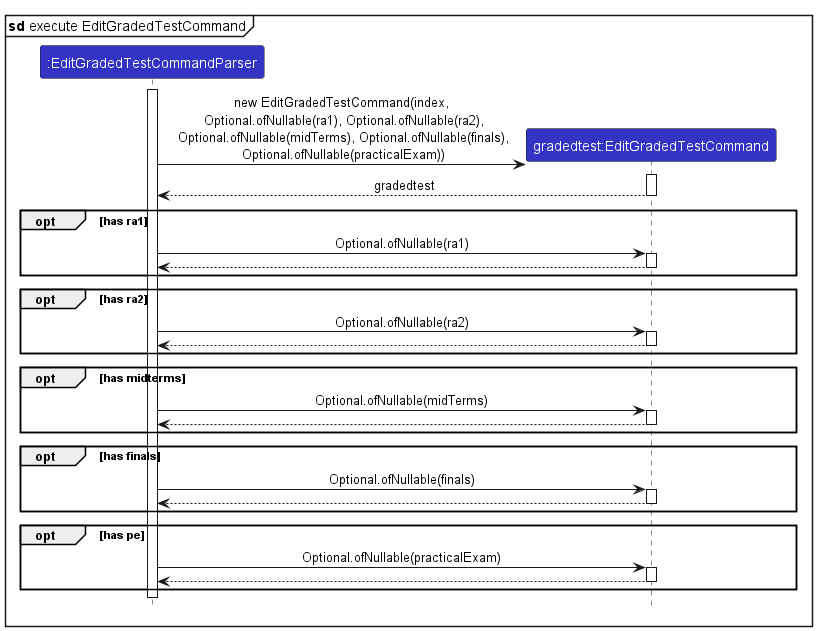
This is docs/images/EditGradedTestSequenceDiagram.png from raydenlim/tp, a PlantUML export, as it was before one commit.
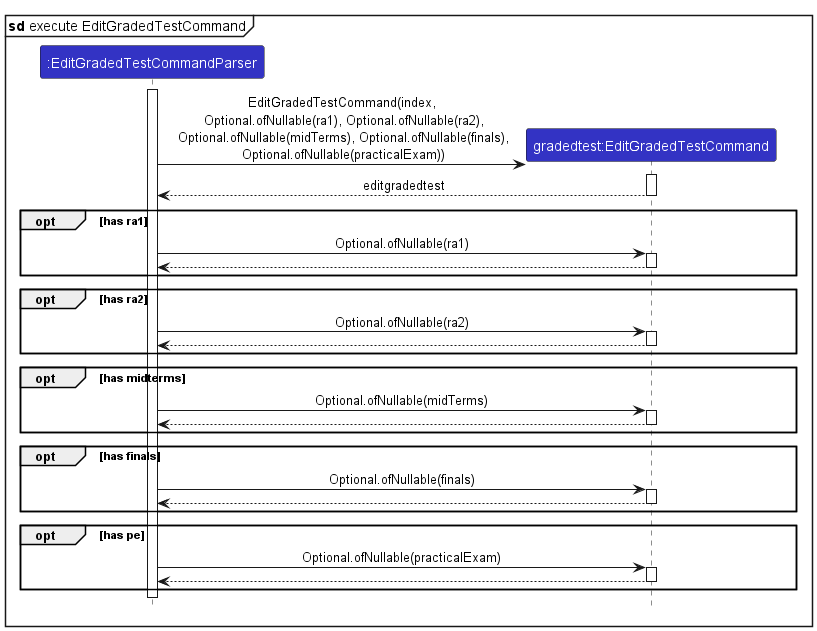
After the change.

Diff of the diagram source:
```diff
@@ -15,9 +15,9 @@
 
 create EditGradedTestCommand
 
-EditGradedTestCommandParser -> EditGradedTestCommand : new EditGradedTestCommand(index,\n Optional.ofNullable(ra1), Optional.ofNullable(ra2),\n Optional.ofNullable(midTerms), Optional.ofNullable(finals),\n Optional.ofNullable(practicalExam))
+EditGradedTestCommandParser -> EditGradedTestCommand : EditGradedTestCommand(index,\n Optional.ofNullable(ra1), Optional.ofNullable(ra2),\n Optional.ofNullable(midTerms), Optional.ofNullable(finals),\n Optional.ofNullable(practicalExam))
 activate EditGradedTestCommand
-EditGradedTestCommand --> EditGradedTestCommandParser : gradedtest
+EditGradedTestCommand --> EditGradedTestCommandParser : editgradedtest
 deactivate EditGradedTestCommand
 
 opt has ra1
```
